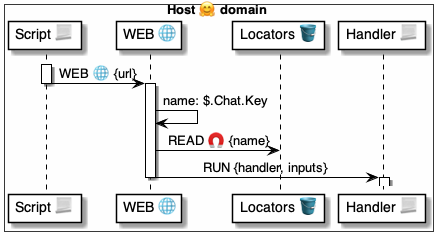
The PlantUML diagram 4 ⚙️ Solution/37 Scripts 📃/📃 Prompts 🤔/🤔 Input ✏️ prompts/WEB 🌐/🌐 WEB ⚙️ uml.png in pollyweb-org/pollyweb-docs, before a commit. Its source is kept beside it as 4 ⚙️ Solution/37 Scripts 📃/📃 Prompts 🤔/🤔 Input ✏️ prompts/WEB 🌐/🌐 WEB ⚙️ uml.puml.
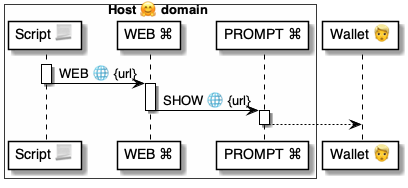
After the commit.

Diff of the diagram source:
```diff
@@ -2,22 +2,25 @@
 
 box Host 🤗 domain #FFFFFD
     participant "Script 📃" as script
-    participant "WEB 🌐" as talk
-    participant "Locators 🪣" as talkers
-    participant "Handler 📃" as talker
+    participant "WEB ⌘" as WEB
+    participant "PROMPT ⌘" as PROMPT
 end box
+participant "Wallet 👱" as wallet
 
 
 activate script
-    script -> talk: WEB 🌐 {url}
+    script -> WEB: WEB 🌐 {url}
 deactivate script
 
-activate talk
-    talk -> talk: name: $.Chat.Key
-    talk -> talkers: READ 🧲 {name}
-    talk -> talker: RUN {handler, inputs}
-deactivate talk
+activate WEB
+    WEB -> PROMPT: SHOW 🌐 {url}
+deactivate WEB
 
-activate talker
+activate PROMPT
+    PROMPT --> wallet:
+deactivate PROMPT
+
+
+
 
 @enduml
```
